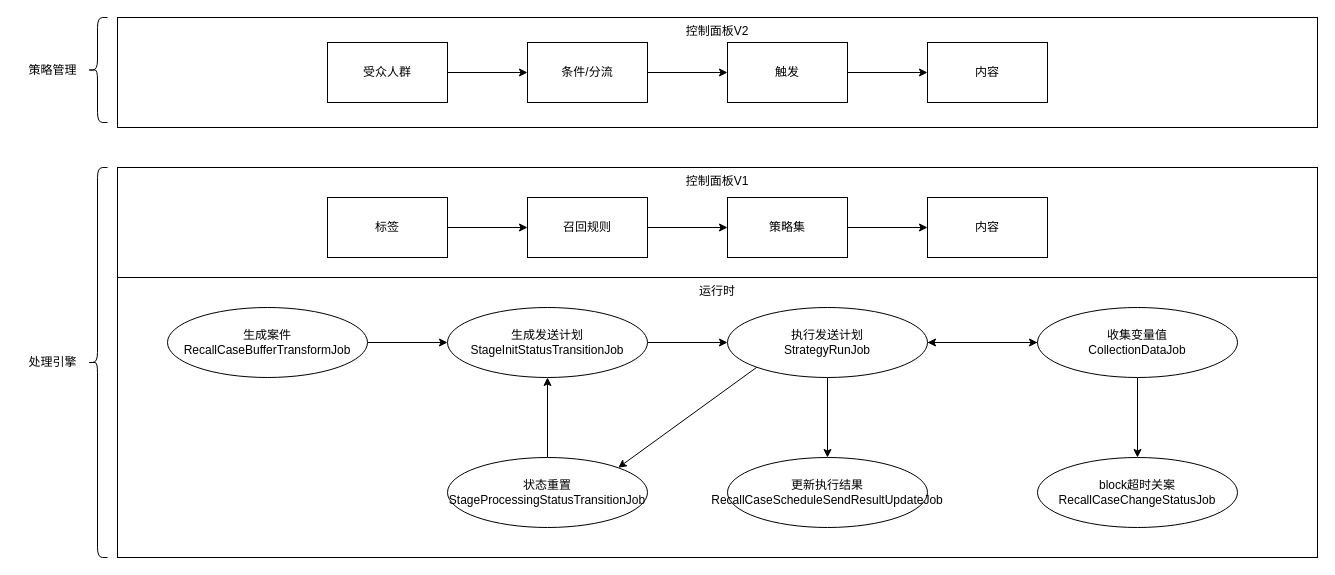
Above: page "处理引擎" (2 of 2) of 召回系统重构.drawio in ABIN-DS/flowchart (draw.io), before the change. Source tidied: cells renumbered, new cells numbered last; positions are measured from the earlier drawing's top-left corner, leaving out a move shared by most shapes. Both pictures are drawn from the tidied source at 100%, with x=0, y=0 at pixel (17, 17).
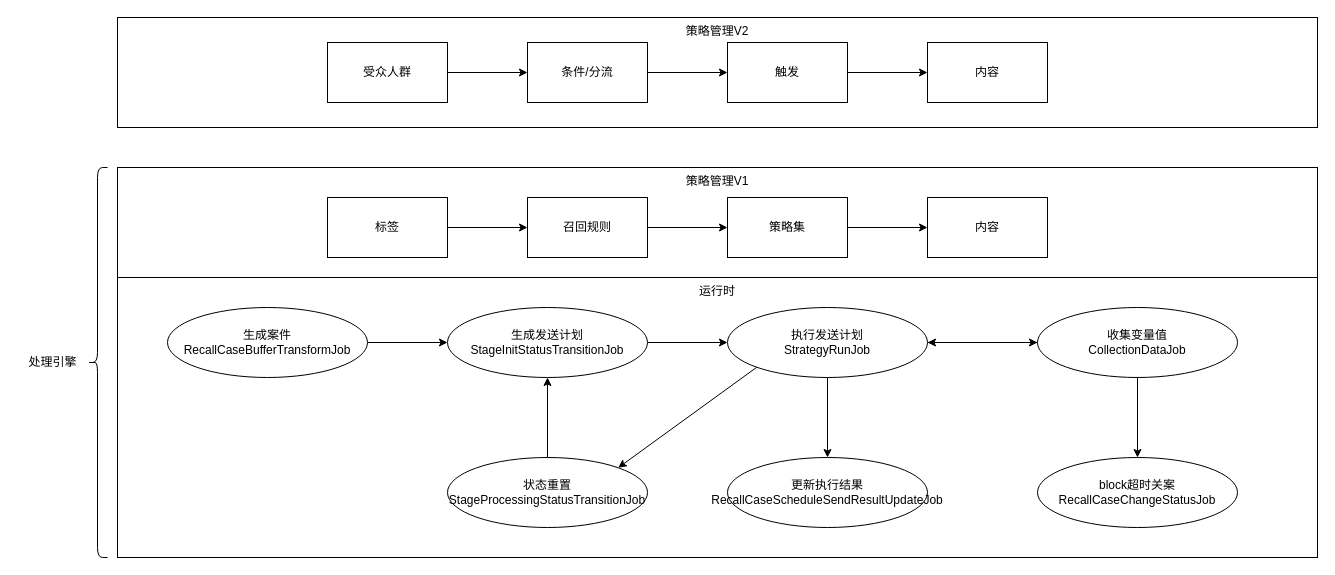
The same page after the edit.

Commit message (it also covers changes not shown here):
更新召回系统重构.drawio

Diff of the diagram source:
```diff
@@
-    <mxCell id="2" value="控制面板V1" style="rounded=0;whiteSpace=wrap;html=1;verticalAlign=top;" parent="1" vertex="1">
+    <mxCell id="2" value="策略管理V1" style="rounded=0;whiteSpace=wrap;html=1;verticalAlign=top;" parent="1" vertex="1">
       <mxGeometry x="100" y="150" width="1200" height="110" as="geometry" />
     </mxCell>
@@
-    <mxCell id="26" value="控制面板V2" style="rounded=0;whiteSpace=wrap;html=1;verticalAlign=top;" parent="1" vertex="1">
+    <mxCell id="26" value="策略管理V2" style="rounded=0;whiteSpace=wrap;html=1;verticalAlign=top;" parent="1" vertex="1">
       <mxGeometry x="100" width="1200" height="110" as="geometry" />
     </mxCell>
@@
-    <mxCell id="36" style="shape=curlyBracket;whiteSpace=wrap;html=1;rounded=1;labelPosition=left;verticalLabelPosition=middle;align=right;verticalAlign=middle;" parent="1" vertex="1">
-      <mxGeometry x="70" width="20" height="105" as="geometry" />
-    </mxCell>
-    <mxCell id="37" value="策略管理" style="text;html=1;align=center;verticalAlign=middle;strokeColor=none;fillColor=none;" parent="1" vertex="1">
-      <mxGeometry y="37.5" width="70" height="30" as="geometry" />
-    </mxCell>
```
